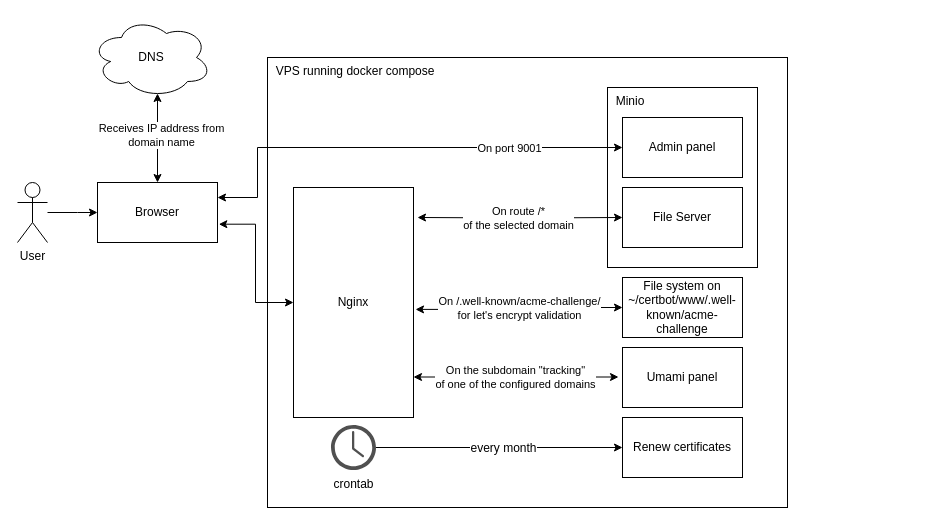
Above: page "Production" (1 of 2) of readme-assets/schemas/schemas.drawio in Luno33/static-hosting (draw.io), before the change. Source tidied: cells renumbered, new cells numbered last; positions are measured from the earlier drawing's top-left corner, leaving out a move shared by most shapes. Both pictures are drawn from the tidied source at 100%, with x=0, y=0 at pixel (17, 17).
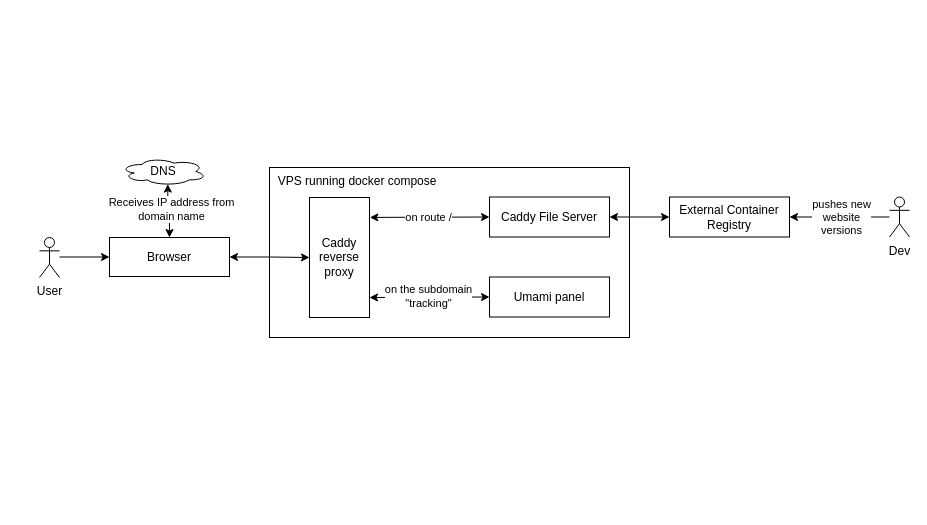
The same diagram, later.

Change to the diagram source:
```diff
@@
     <mxCell id="2" value="&amp;nbsp; VPS running docker compose" style="rounded=0;whiteSpace=wrap;html=1;align=left;verticalAlign=top;" parent="1" vertex="1">
-      <mxGeometry x="250" y="40" width="520" height="450" as="geometry" />
+      <mxGeometry x="252" y="150" width="360" height="170" as="geometry" />
     </mxCell>
-    <mxCell id="3" value="&amp;nbsp; Minio" style="rounded=0;whiteSpace=wrap;html=1;verticalAlign=top;align=left;" parent="1" vertex="1">
-      <mxGeometry x="590" y="70" width="150" height="180" as="geometry" />
-    </mxCell>
     <mxCell id="4" style="edgeStyle=orthogonalEdgeStyle;rounded=0;jettySize=auto;html=1;entryX=0;entryY=0.5;entryDx=0;entryDy=0;" parent="1" edge="1" source="5" target="9">
       <mxGeometry relative="1" as="geometry">
         <Array as="points">
-          <mxPoint x="60" y="195" />
-          <mxPoint x="60" y="195" />
+          <mxPoint x="27" y="241" />
+          <mxPoint x="92" y="240" />
         </Array>
       </mxGeometry>
     </mxCell>
     <mxCell id="5" value="User" style="shape=umlActor;verticalLabelPosition=bottom;verticalAlign=top;html=1;outlineConnect=0;" parent="1" vertex="1">
-      <mxGeometry y="165" width="30" height="60" as="geometry" />
+      <mxGeometry x="22" y="220" width="20" height="40" as="geometry" />
     </mxCell>
-    <mxCell id="6" style="edgeStyle=orthogonalEdgeStyle;rounded=0;jettySize=auto;html=1;entryX=0;entryY=0.5;entryDx=0;entryDy=0;startArrow=classic;startFill=1;exitX=1.011;exitY=0.695;exitDx=0;exitDy=0;exitPerimeter=0;" parent="1" edge="1" source="9" target="12">
+    <mxCell id="6" style="edgeStyle=orthogonalEdgeStyle;rounded=0;jettySize=auto;html=1;startArrow=classic;startFill=1;exitX=1;exitY=0.5;exitDx=0;exitDy=0;entryX=0;entryY=0.5;entryDx=0;entryDy=0;" parent="1" edge="1" source="9" target="12">
       <mxGeometry relative="1" as="geometry" />
     </mxCell>
@@
     <mxCell id="9" value="Browser" style="rounded=0;whiteSpace=wrap;html=1;" parent="1" vertex="1">
-      <mxGeometry x="80" y="165" width="120" height="60" as="geometry" />
+      <mxGeometry x="92" y="220" width="120" height="39" as="geometry" />
     </mxCell>
-    <mxCell id="10" style="edgeStyle=orthogonalEdgeStyle;rounded=0;jettySize=auto;html=1;entryX=0;entryY=0.5;entryDx=0;entryDy=0;startArrow=classic;startFill=1;exitX=1;exitY=0.25;exitDx=0;exitDy=0;" parent="1" edge="1" source="9" target="13">
-      <mxGeometry relative="1" as="geometry">
-        <Array as="points">
-          <mxPoint x="240" y="180" />
-          <mxPoint x="240" y="130" />
-        </Array>
-      </mxGeometry>
-    </mxCell>
-    <mxCell id="11" value="On port 9001" style="edgeLabel;html=1;align=center;verticalAlign=middle;" parent="10" vertex="1">
-      <mxGeometry x="0.05" y="-3" relative="1" as="geometry">
-        <mxPoint x="102" y="-3" as="offset" />
-      </mxGeometry>
-    </mxCell>
-    <mxCell id="12" value="Nginx" style="rounded=0;whiteSpace=wrap;html=1;" parent="1" vertex="1">
-      <mxGeometry x="276" y="170" width="120" height="230" as="geometry" />
+    <mxCell id="12" value="Caddy reverse proxy" style="rounded=0;whiteSpace=wrap;html=1;" parent="1" vertex="1">
+      <mxGeometry x="292" y="180" width="60" height="120" as="geometry" />
     </mxCell>
-    <mxCell id="13" value="Admin panel" style="rounded=0;whiteSpace=wrap;html=1;" parent="1" vertex="1">
-      <mxGeometry x="605" y="100" width="120" height="60" as="geometry" />
-    </mxCell>
+    <mxCell id="28" style="edgeStyle=orthogonalEdgeStyle;rounded=0;jettySize=auto;html=1;entryX=0;entryY=0.5;entryDx=0;entryDy=0;startArrow=classic;startFill=1;" parent="1" edge="1" source="14" target="33">
+      <mxGeometry relative="1" as="geometry" />
+    </mxCell>
-    <mxCell id="14" value="File Server" style="rounded=0;whiteSpace=wrap;html=1;" parent="1" vertex="1">
-      <mxGeometry x="605" y="170" width="120" height="60" as="geometry" />
+    <mxCell id="14" value="Caddy File Server" style="rounded=0;whiteSpace=wrap;html=1;" parent="1" vertex="1">
+      <mxGeometry x="472" y="179.5" width="120" height="40" as="geometry" />
     </mxCell>
-    <mxCell id="15" style="edgeStyle=orthogonalEdgeStyle;rounded=0;jettySize=auto;html=1;entryX=0;entryY=0.5;entryDx=0;entryDy=0;startArrow=classic;startFill=1;" parent="1" edge="1" target="14">
-      <mxGeometry relative="1" as="geometry">
-        <mxPoint x="400" y="200" as="sourcePoint" />
-      </mxGeometry>
-    </mxCell>
-    <mxCell id="16" value="On route /*&lt;br&gt;of the selected domain" style="edgeLabel;html=1;align=center;verticalAlign=middle;" parent="15" vertex="1">
-      <mxGeometry x="0.05" y="-3" relative="1" as="geometry">
-        <mxPoint x="-7" y="-3" as="offset" />
-      </mxGeometry>
-    </mxCell>
-    <mxCell id="17" style="edgeStyle=orthogonalEdgeStyle;rounded=0;jettySize=auto;html=1;entryX=0;entryY=0.5;entryDx=0;entryDy=0;exitX=1.017;exitY=0.53;exitDx=0;exitDy=0;startArrow=classic;startFill=1;exitPerimeter=0;" parent="1" edge="1" source="12" target="19">
-      <mxGeometry relative="1" as="geometry" />
-    </mxCell>
-    <mxCell id="18" value="On /.well-known/acme-challenge/&lt;br&gt;for let's encrypt validation" style="edgeLabel;html=1;align=center;verticalAlign=middle;" parent="17" vertex="1">
-      <mxGeometry x="0.05" y="-3" relative="1" as="geometry">
-        <mxPoint x="-5" y="-3" as="offset" />
-      </mxGeometry>
-    </mxCell>
-    <mxCell id="19" value="File system on ~/certbot/www/.well-known/acme-challenge" style="rounded=0;whiteSpace=wrap;html=1;" parent="1" vertex="1">
-      <mxGeometry x="605" y="260" width="120" height="60" as="geometry" />
-    </mxCell>
     <mxCell id="20" value="DNS" style="ellipse;shape=cloud;whiteSpace=wrap;html=1;" parent="1" vertex="1">
-      <mxGeometry x="74" width="120" height="80" as="geometry" />
+      <mxGeometry x="103" y="140" width="86" height="28" as="geometry" />
     </mxCell>
-    <mxCell id="21" style="edgeStyle=orthogonalEdgeStyle;rounded=0;jettySize=auto;html=1;entryX=0;entryY=0.5;entryDx=0;entryDy=0;fontSize=12;startArrow=none;startFill=0;endArrow=classic;endFill=1;" parent="1" edge="1" source="23" target="24">
-      <mxGeometry relative="1" as="geometry" />
-    </mxCell>
-    <mxCell id="22" value="every month" style="edgeLabel;html=1;align=center;verticalAlign=middle;fontSize=12;" parent="21" vertex="1">
-      <mxGeometry x="0.03" y="-3" relative="1" as="geometry">
-        <mxPoint y="-3" as="offset" />
-      </mxGeometry>
-    </mxCell>
-    <mxCell id="23" value="crontab" style="sketch=0;shadow=0;dashed=0;html=1;strokeColor=none;fillColor=#505050;labelPosition=center;verticalLabelPosition=bottom;verticalAlign=top;outlineConnect=0;align=center;shape=mxgraph.office.concepts.clock;fontSize=12;" parent="1" vertex="1">
-      <mxGeometry x="313.5" y="407.5" width="45" height="45" as="geometry" />
-    </mxCell>
-    <mxCell id="24" value="Renew certificates" style="rounded=0;whiteSpace=wrap;html=1;fontSize=12;" parent="1" vertex="1">
-      <mxGeometry x="605" y="400" width="120" height="60" as="geometry" />
-    </mxCell>
     <mxCell id="25" value="Umami panel" style="rounded=0;whiteSpace=wrap;html=1;" parent="1" vertex="1">
-      <mxGeometry x="605" y="330" width="120" height="60" as="geometry" />
+      <mxGeometry x="472" y="259.5" width="120" height="40" as="geometry" />
     </mxCell>
-    <mxCell id="26" style="edgeStyle=orthogonalEdgeStyle;rounded=0;orthogonalLoop=1;jettySize=auto;html=1;entryX=0;entryY=0.5;entryDx=0;entryDy=0;startArrow=classic;startFill=1;" parent="1" edge="1">
-      <mxGeometry relative="1" as="geometry">
-        <mxPoint x="396" y="359.5" as="sourcePoint" />
-        <mxPoint x="601" y="359.5" as="targetPoint" />
-      </mxGeometry>
-    </mxCell>
-    <mxCell id="27" value="On the subdomain &quot;tracking&quot;&lt;br&gt;of one of the configured domains" style="edgeLabel;html=1;align=center;verticalAlign=middle;" parent="26" vertex="1">
-      <mxGeometry x="0.05" y="-3" relative="1" as="geometry">
-        <mxPoint x="-7" y="-3" as="offset" />
-      </mxGeometry>
-    </mxCell>
+    <mxCell id="29" style="endArrow=classic;html=1;rounded=0;exitX=0;exitY=0.5;exitDx=0;exitDy=0;startArrow=classic;startFill=1;" parent="1" edge="1" source="25">
+      <mxGeometry relative="1" as="geometry">
+        <mxPoint x="352" y="280" as="targetPoint" />
+      </mxGeometry>
+    </mxCell>
+    <mxCell id="30" value="on the subdomain&lt;br&gt;&quot;tracking&quot;" style="edgeLabel;html=1;align=center;verticalAlign=middle;" parent="29" vertex="1">
+      <mxGeometry x="0.02" y="-1" relative="1" as="geometry" />
+    </mxCell>
+    <mxCell id="31" style="endArrow=classic;html=1;rounded=0;exitX=0;exitY=0.5;exitDx=0;exitDy=0;entryX=1.006;entryY=0.166;entryDx=0;entryDy=0;entryPerimeter=0;startArrow=classic;startFill=1;" parent="1" edge="1" source="14" target="12">
+      <mxGeometry relative="1" as="geometry" />
+    </mxCell>
+    <mxCell id="32" value="on route /" style="edgeLabel;html=1;align=center;verticalAlign=middle;" parent="31" vertex="1">
+      <mxGeometry x="-0.02" relative="1" as="geometry">
+        <mxPoint x="-3" as="offset" />
+      </mxGeometry>
+    </mxCell>
+    <mxCell id="33" value="External Container Registry" style="rounded=0;whiteSpace=wrap;html=1;" parent="1" vertex="1">
+      <mxGeometry x="652" y="179.5" width="120" height="40" as="geometry" />
+    </mxCell>
+    <mxCell id="34" style="edgeStyle=orthogonalEdgeStyle;rounded=0;jettySize=auto;html=1;entryX=1;entryY=0.5;entryDx=0;entryDy=0;" parent="1" edge="1" source="36" target="33">
+      <mxGeometry relative="1" as="geometry" />
+    </mxCell>
+    <mxCell id="35" value="pushes new&lt;br&gt;website&lt;br&gt;versions" style="edgeLabel;html=1;align=center;verticalAlign=middle;" parent="34" vertex="1">
+      <mxGeometry x="0.06" y="2" relative="1" as="geometry">
+        <mxPoint x="4" y="-2" as="offset" />
+      </mxGeometry>
+    </mxCell>
+    <mxCell id="36" value="Dev" style="shape=umlActor;verticalLabelPosition=bottom;verticalAlign=top;html=1;outlineConnect=0;" parent="1" vertex="1">
+      <mxGeometry x="872" y="179.5" width="20" height="40" as="geometry" />
+    </mxCell>
```
